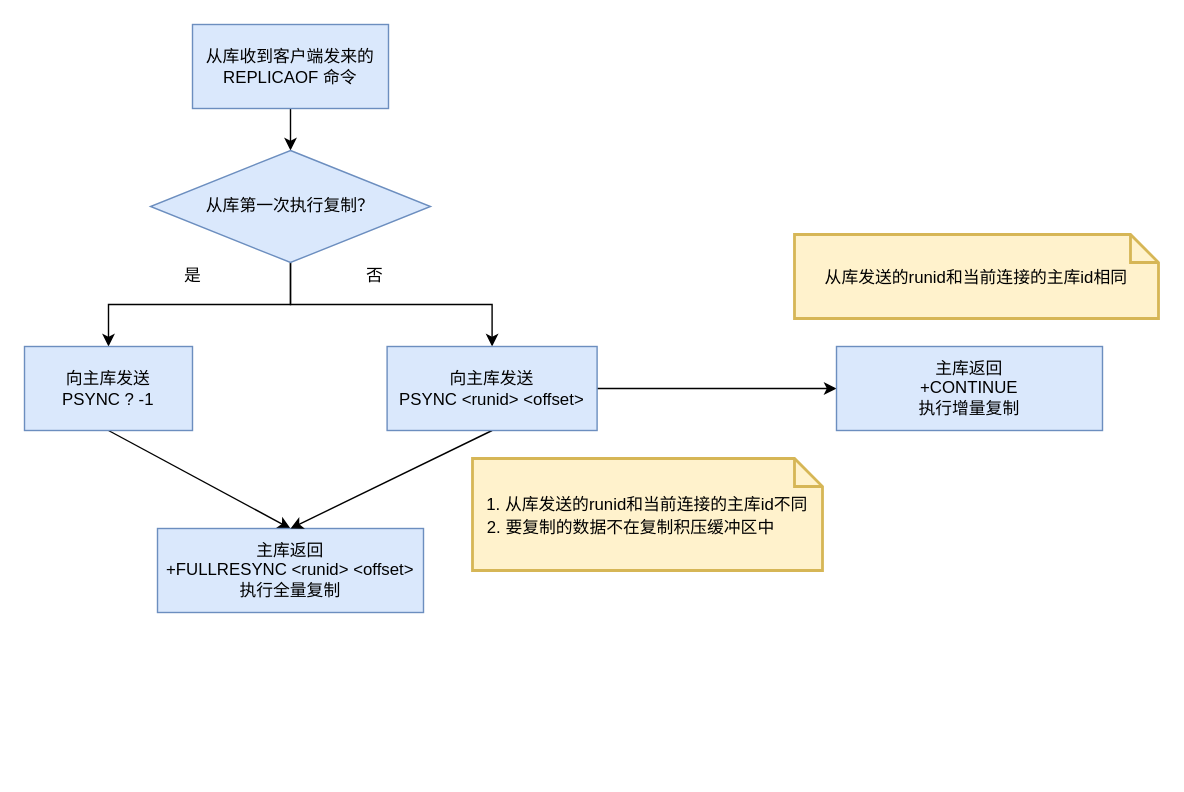
Before: redis/复制实现原理.drawio in erlieStar/diagrams, a draw.io diagram. Source tidied: cells renumbered, new cells numbered last; positions are measured from the earlier drawing's top-left corner, leaving out a move shared by most shapes. Both pictures are drawn from the tidied source at 140%, with x=0, y=0 at pixel (24, 24).
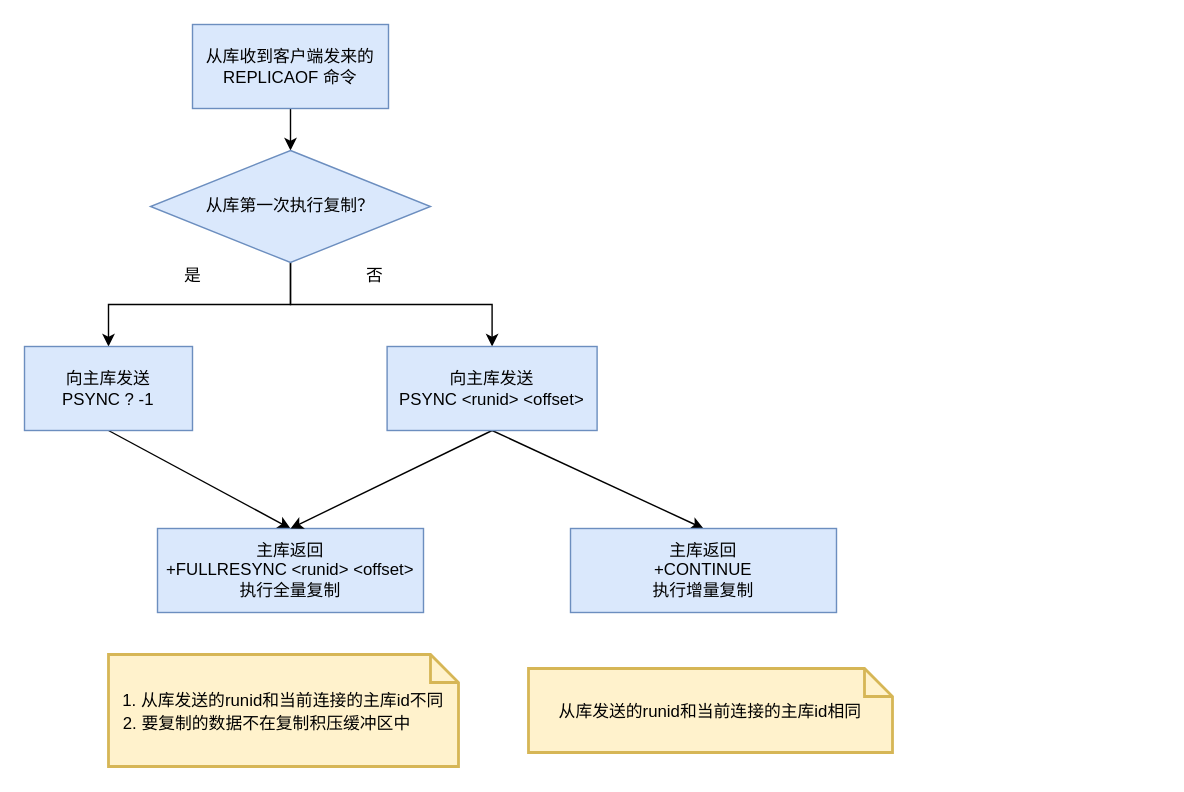
The same page after the edit.

Change to the diagram source:
```diff
@@
 <mxGraphModel>
   <root>
     <mxCell id="0" />
     <mxCell id="1" parent="0" />
     <mxCell id="2" style="edgeStyle=orthogonalEdgeStyle;rounded=0;jettySize=auto;html=1;" parent="1" edge="1" source="3" target="6">
       <mxGeometry relative="1" as="geometry" />
     </mxCell>
     <mxCell id="3" value="从库收到客户端发来的 REPLICAOF 命令" style="rounded=0;whiteSpace=wrap;html=1;fillColor=#dae8fc;strokeColor=#6c8ebf;" parent="1" vertex="1">
       <mxGeometry x="120" width="140" height="60" as="geometry" />
     </mxCell>
     <mxCell id="4" style="edgeStyle=orthogonalEdgeStyle;rounded=0;jettySize=auto;html=1;exitX=0.5;exitY=1;exitDx=0;exitDy=0;" parent="1" edge="1" source="6" target="8">
       <mxGeometry relative="1" as="geometry" />
     </mxCell>
     <mxCell id="5" style="edgeStyle=orthogonalEdgeStyle;rounded=0;jettySize=auto;html=1;exitX=0.5;exitY=1;exitDx=0;exitDy=0;entryX=0.5;entryY=0;entryDx=0;entryDy=0;" parent="1" edge="1" source="6" target="12">
       <mxGeometry relative="1" as="geometry" />
     </mxCell>
     <mxCell id="6" value="从库第一次执行复制？" style="rhombus;whiteSpace=wrap;html=1;fillColor=#dae8fc;strokeColor=#6c8ebf;" parent="1" vertex="1">
       <mxGeometry x="90" y="90" width="200" height="80" as="geometry" />
     </mxCell>
     <mxCell id="7" style="rounded=0;jettySize=auto;html=1;exitX=0.5;exitY=1;exitDx=0;exitDy=0;entryX=0.5;entryY=0;entryDx=0;entryDy=0;" parent="1" edge="1" source="8" target="9">
       <mxGeometry relative="1" as="geometry" />
     </mxCell>
     <mxCell id="8" value="向主库发送&lt;br&gt;PSYNC ? -1" style="rounded=0;whiteSpace=wrap;html=1;fillColor=#dae8fc;strokeColor=#6c8ebf;" parent="1" vertex="1">
       <mxGeometry y="230" width="120" height="60" as="geometry" />
     </mxCell>
     <mxCell id="9" value="主库返回&lt;br&gt;+FULLRESYNC &amp;lt;runid&amp;gt; &amp;lt;offset&amp;gt;&lt;br&gt;执行全量复制" style="rounded=0;whiteSpace=wrap;html=1;fillColor=#dae8fc;strokeColor=#6c8ebf;" parent="1" vertex="1">
       <mxGeometry x="95" y="360" width="190" height="60" as="geometry" />
     </mxCell>
     <mxCell id="10" style="rounded=0;jettySize=auto;html=1;exitX=0.5;exitY=1;exitDx=0;exitDy=0;entryX=0.5;entryY=0;entryDx=0;entryDy=0;" parent="1" edge="1" source="12" target="9">
       <mxGeometry relative="1" as="geometry" />
     </mxCell>
-    <mxCell id="11" style="edgeStyle=none;rounded=0;jettySize=auto;html=1;exitX=1;exitY=0.5;exitDx=0;exitDy=0;entryX=0;entryY=0.5;entryDx=0;entryDy=0;" parent="1" edge="1" source="12" target="13">
+    <mxCell id="11" style="rounded=0;jettySize=auto;html=1;exitX=0.5;exitY=1;exitDx=0;exitDy=0;entryX=0.5;entryY=0;entryDx=0;entryDy=0;" parent="1" edge="1" source="12" target="13">
       <mxGeometry relative="1" as="geometry" />
     </mxCell>
     <mxCell id="12" value="向主库发送&lt;br&gt;PSYNC &amp;lt;runid&amp;gt; &amp;lt;offset&amp;gt;" style="rounded=0;whiteSpace=wrap;html=1;fillColor=#dae8fc;strokeColor=#6c8ebf;" parent="1" vertex="1">
       <mxGeometry x="259" y="230" width="150" height="60" as="geometry" />
     </mxCell>
     <mxCell id="13" value="主库返回&lt;br&gt;+&lt;span style=&quot;text-align: justify&quot;&gt;CONTINUE&lt;/span&gt;&lt;br&gt;执行增量复制" style="rounded=0;whiteSpace=wrap;html=1;fillColor=#dae8fc;strokeColor=#6c8ebf;" parent="1" vertex="1">
-      <mxGeometry x="580" y="230" width="190" height="60" as="geometry" />
+      <mxGeometry x="390" y="360" width="190" height="60" as="geometry" />
     </mxCell>
     <mxCell id="14" value="是" style="text;html=1;align=center;verticalAlign=middle;strokeColor=none;fillColor=none;" parent="1" vertex="1">
       <mxGeometry x="105" y="170" width="30" height="20" as="geometry" />
     </mxCell>
     <mxCell id="15" value="否" style="text;html=1;align=center;verticalAlign=middle;strokeColor=none;fillColor=none;" parent="1" vertex="1">
       <mxGeometry x="235" y="170" width="30" height="20" as="geometry" />
     </mxCell>
     <mxCell id="16" value="&lt;span style=&quot;color: rgb(0 , 0 , 0) ; font-size: 12px&quot;&gt;1. 从库发送的runid和当前连接的主库id不同&lt;/span&gt;&lt;br style=&quot;color: rgb(0 , 0 , 0) ; font-size: 12px&quot;&gt;&lt;span style=&quot;color: rgb(0 , 0 , 0) ; font-size: 12px&quot;&gt;2. 要复制的数据不在复制积压缓冲区中&amp;nbsp; &amp;nbsp; &amp;nbsp; &amp;nbsp;&lt;/span&gt;" style="shape=note;strokeWidth=2;fontSize=14;size=20;whiteSpace=wrap;html=1;fillColor=#fff2cc;strokeColor=#d6b656;fontColor=#666600;" parent="1" vertex="1">
-      <mxGeometry x="320" y="310" width="250" height="80" as="geometry" />
+      <mxGeometry x="60" y="450" width="250" height="80" as="geometry" />
     </mxCell>
     <mxCell id="17" value="&lt;span style=&quot;color: rgb(0 , 0 , 0) ; font-size: 12px&quot;&gt;从库发送的runid和当前连接的主库id相同&lt;/span&gt;" style="shape=note;strokeWidth=2;fontSize=14;size=20;whiteSpace=wrap;html=1;fillColor=#fff2cc;strokeColor=#d6b656;fontColor=#666600;" parent="1" vertex="1">
-      <mxGeometry x="550" y="150" width="260" height="60" as="geometry" />
+      <mxGeometry x="360" y="460" width="260" height="60" as="geometry" />
     </mxCell>
   </root>
 </mxGraphModel>
```
